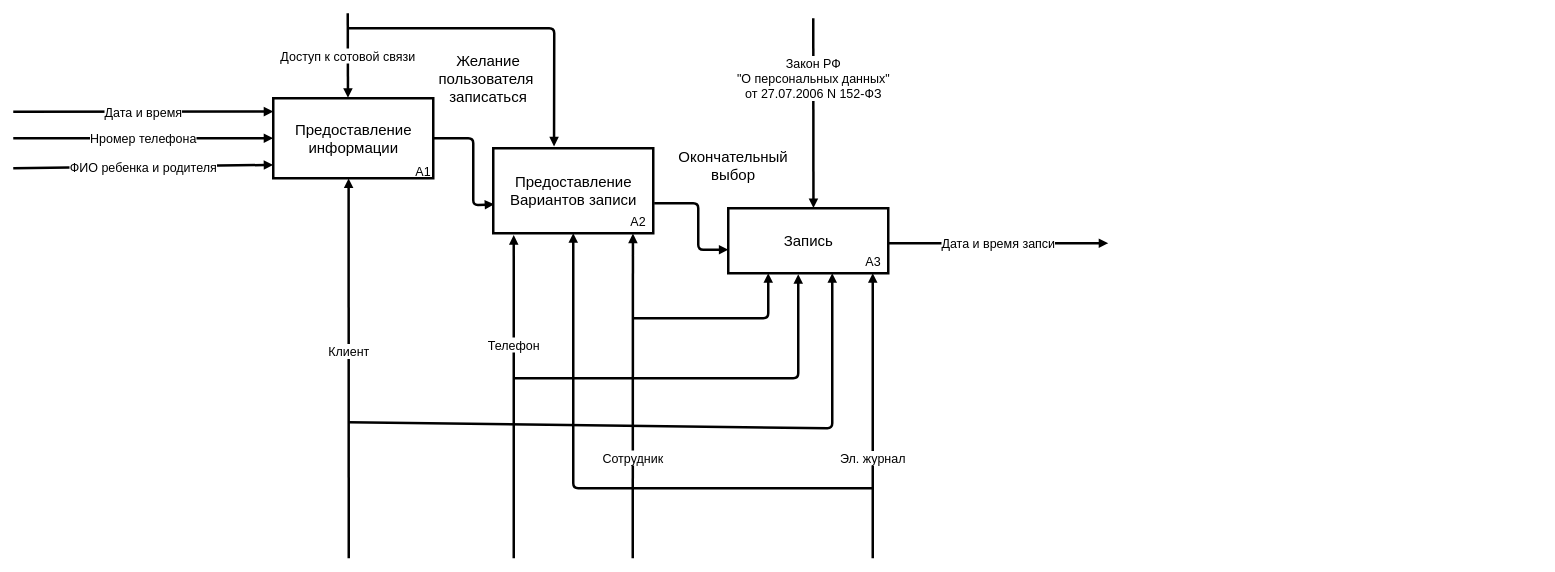
kirillgladkih/diplom keeps this draw.io diagram as As-is2.drawio. Above is the earlier version. Source tidied: cells renumbered, new cells numbered last; positions are measured from the earlier drawing's top-left corner, leaving out a move shared by most shapes. Both pictures are drawn from the tidied source at 50%, with x=0, y=0 at pixel (13, 13).
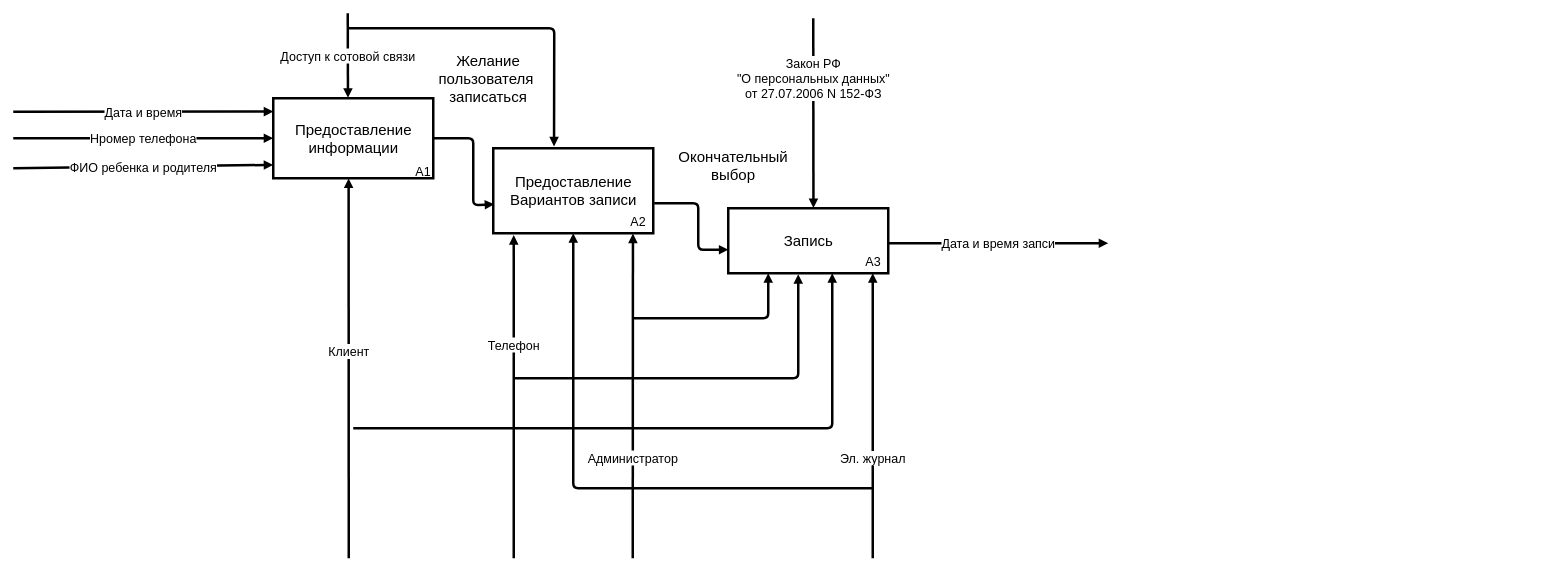
Above is the later version.

Unchanged cells that the change refers to:
```xml
<mxCell id="10" value="&lt;font style=&quot;font-size: 30px&quot;&gt;Предоставление&lt;br&gt;Вариантов записи&lt;br&gt;&lt;/font&gt;" style="html=1;strokeWidth=5;" parent="1" vertex="1">
  <mxGeometry x="960" y="270" width="320" height="170" as="geometry" />
</mxCell>
<mxCell id="15" value="&lt;font style=&quot;font-size: 30px&quot;&gt;Запись&lt;br&gt;&lt;/font&gt;" style="html=1;strokeWidth=5;" parent="1" vertex="1">
  <mxGeometry x="1430" y="390" width="320" height="130" as="geometry" />
</mxCell>
```

What changed in the source:
```diff
@@
-    <mxCell id="13" value="&lt;font style=&quot;font-size: 25px&quot;&gt;Сотрудник&lt;/font&gt;" style="endArrow=block;endFill=1;endSize=6;html=1;strokeWidth=5;entryX=0.873;entryY=1.004;entryDx=0;entryDy=0;entryPerimeter=0;" parent="1" edge="1" target="10">
+    <mxCell id="13" value="&lt;span style=&quot;font-size: 25px&quot;&gt;Администратор&lt;/span&gt;" style="endArrow=block;endFill=1;endSize=6;html=1;strokeWidth=5;entryX=0.873;entryY=1.004;entryDx=0;entryDy=0;entryPerimeter=0;" parent="1" edge="1" target="10">
       <mxGeometry x="-0.38" relative="1" as="geometry">
         <mxPoint x="1239" y="1090" as="sourcePoint" />
       </mxGeometry>
     </mxCell>
@@
     <mxCell id="21" style="endArrow=block;endFill=1;endSize=6;html=1;strokeWidth=5;entryX=0.65;entryY=1;entryDx=0;entryDy=0;entryPerimeter=0;" parent="1" edge="1" target="15">
       <mxGeometry relative="1" as="geometry">
-        <mxPoint x="670" y="818" as="sourcePoint" />
+        <mxPoint x="680" y="830" as="sourcePoint" />
         <Array as="points">
           <mxPoint x="1638" y="830" />
         </Array>
       </mxGeometry>
     </mxCell>
```
